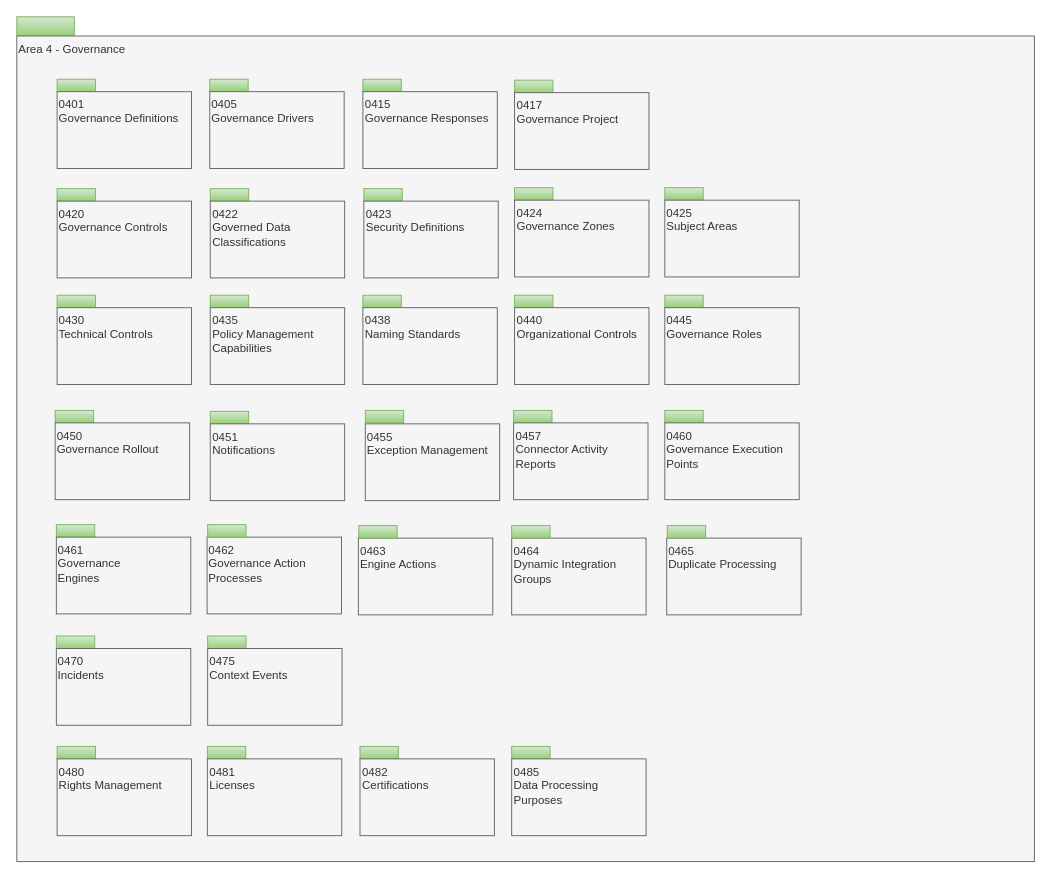
The draw.io diagram page "overview" (1 of 30) of site/docs/types/4/area-4-governance.drawio in odpi/egeria-docs, before the edit. Source tidied: cells renumbered, new cells numbered last; positions are measured from the earlier drawing's top-left corner, leaving out a move shared by most shapes. Both pictures are drawn from the tidied source at 96%, with x=0, y=0 at pixel (16, 16).
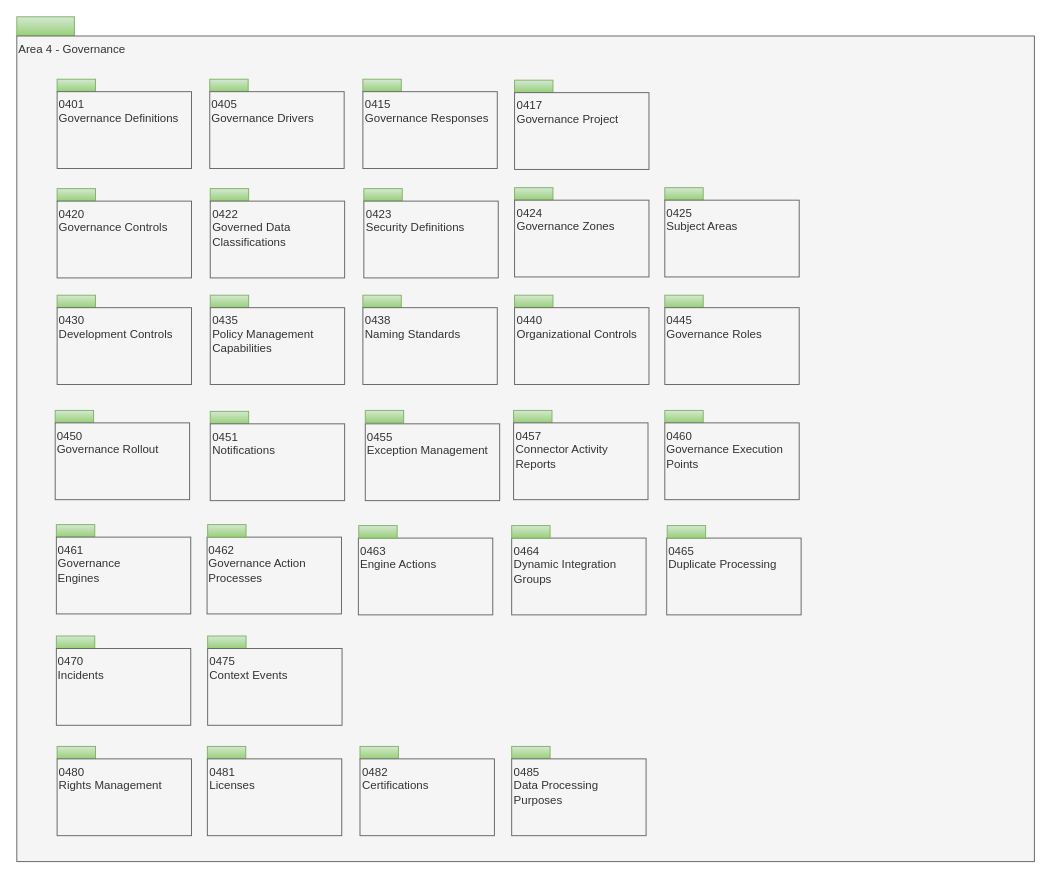
Above is the later version.

Diff of the diagram source:
```diff
@@
-    <mxCell id="46" value="0430&lt;br&gt;Technical Controls" style="rounded=0;whiteSpace=wrap;html=1;align=left;verticalAlign=top;fillColor=#f5f5f5;fontColor=#333333;strokeColor=#666666;" parent="1" vertex="1">
+    <mxCell id="46" value="0430&lt;br&gt;Development Controls" style="rounded=0;whiteSpace=wrap;html=1;align=left;verticalAlign=top;fillColor=#f5f5f5;fontColor=#333333;strokeColor=#666666;" parent="1" vertex="1">
       <mxGeometry x="42" y="303" width="140" height="80" as="geometry" />
     </mxCell>
```
